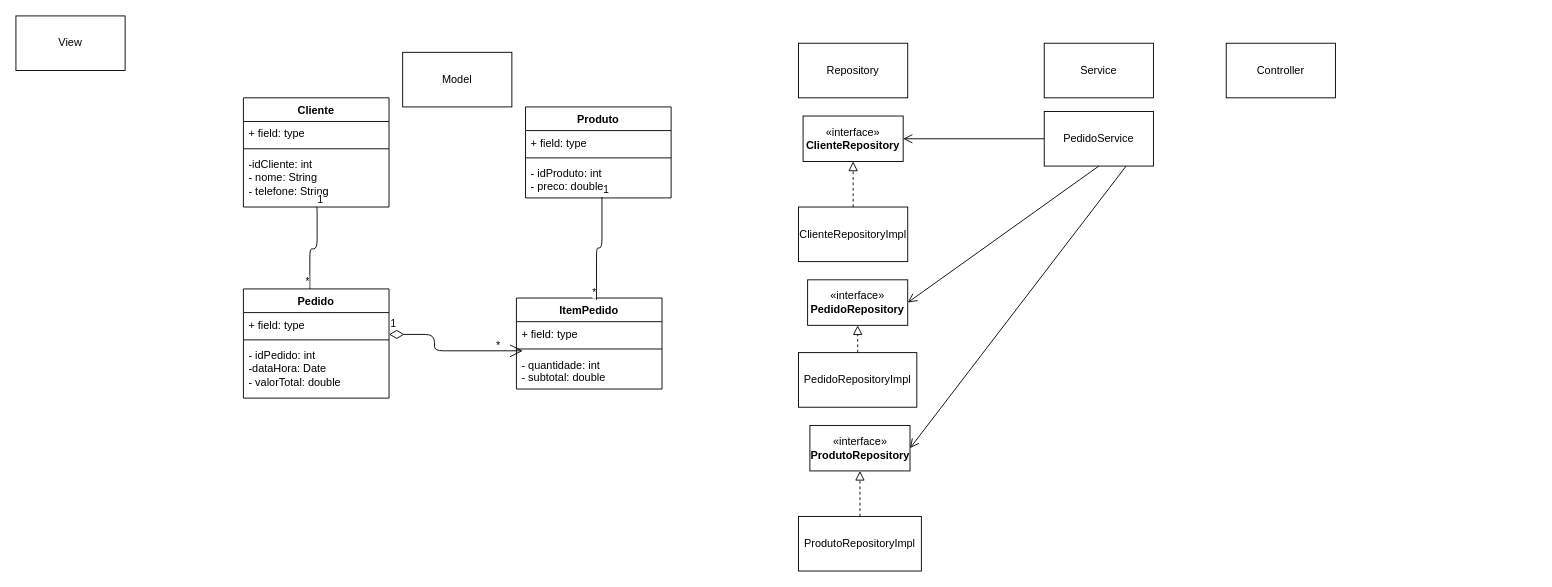
LeonardoDS23/gestor-pedidos-solid-arquivo keeps this draw.io diagram as src/main/java/com/tecdes/pedido/model/LanchoneteDiagrama.drawio. Above is the earlier version. Source tidied: cells renumbered, new cells numbered last; positions are measured from the earlier drawing's top-left corner, leaving out a move shared by most shapes. Both pictures are drawn from the tidied source at 91%, with x=0, y=0 at pixel (15, 15).
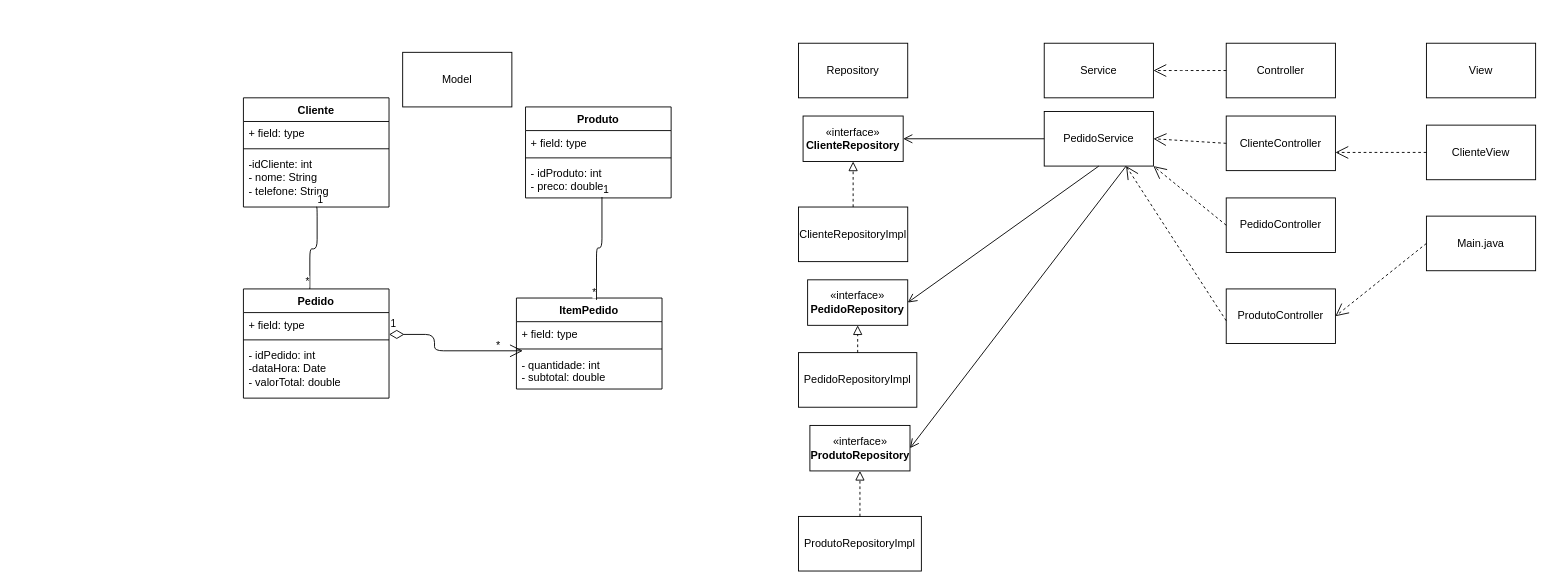
Above is the later version.

Commit message (it also covers changes not shown here):
Diagrama Lanchonete

Crie o diagrama da lanchonete

Unchanged cells that the change refers to:
```xml
<mxCell id="3" value="Controller" style="rounded=0;whiteSpace=wrap;html=1;" parent="1" vertex="1">
  <mxGeometry x="1330" y="30" width="120" height="60" as="geometry" />
</mxCell>
<mxCell id="40" value="PedidoService" style="rounded=0;whiteSpace=wrap;html=1;" parent="1" vertex="1">
  <mxGeometry x="1130" y="105" width="120" height="60" as="geometry" />
</mxCell>
```

The edit, as a diff of the source:
```diff
@@
     <mxCell id="2" value="View" style="rounded=0;whiteSpace=wrap;html=1;" parent="1" vertex="1">
-      <mxGeometry width="120" height="60" as="geometry" />
+      <mxGeometry x="1550" y="30" width="120" height="60" as="geometry" />
     </mxCell>
@@
+    <mxCell id="44" value="ClienteController" style="rounded=0;whiteSpace=wrap;html=1;" parent="1" vertex="1">
+      <mxGeometry x="1330" y="110" width="120" height="60" as="geometry" />
+    </mxCell>
+    <mxCell id="45" value="PedidoController" style="rounded=0;whiteSpace=wrap;html=1;" parent="1" vertex="1">
+      <mxGeometry x="1330" y="200" width="120" height="60" as="geometry" />
+    </mxCell>
+    <mxCell id="46" value="ProdutoController" style="rounded=0;whiteSpace=wrap;html=1;" parent="1" vertex="1">
+      <mxGeometry x="1330" y="300" width="120" height="60" as="geometry" />
+    </mxCell>
+    <mxCell id="47" style="endArrow=open;endSize=12;dashed=1;html=1;endFill=0;exitX=0;exitY=0.5;exitDx=0;exitDy=0;entryX=1;entryY=1;entryDx=0;entryDy=0;" parent="1" edge="1" source="3">
+      <mxGeometry relative="1" as="geometry">
+        <mxPoint x="1250" y="60" as="targetPoint" />
+        <Array as="points">
+          <mxPoint x="1290" y="60" />
+        </Array>
+      </mxGeometry>
+    </mxCell>
+    <mxCell id="48" style="endArrow=open;endSize=12;dashed=1;html=1;endFill=0;exitX=0;exitY=0.5;exitDx=0;exitDy=0;entryX=0.75;entryY=1;entryDx=0;entryDy=0;" parent="1" edge="1" target="40">
+      <mxGeometry relative="1" as="geometry">
+        <mxPoint x="1330" y="335" as="sourcePoint" />
+      </mxGeometry>
+    </mxCell>
+    <mxCell id="49" style="endArrow=open;endSize=12;dashed=1;html=1;entryX=1;entryY=0.5;entryDx=0;entryDy=0;exitX=0;exitY=0.5;exitDx=0;exitDy=0;" parent="1" edge="1" source="44" target="40">
+      <mxGeometry x="-0.11" y="2" relative="1" as="geometry">
+        <mxPoint y="-1" as="offset" />
+      </mxGeometry>
+    </mxCell>
+    <mxCell id="50" value="ClienteView" style="rounded=0;whiteSpace=wrap;html=1;" parent="1" vertex="1">
+      <mxGeometry x="1550" y="120" width="120" height="60" as="geometry" />
+    </mxCell>
+    <mxCell id="51" value="Main.java" style="rounded=0;whiteSpace=wrap;html=1;" parent="1" vertex="1">
+      <mxGeometry x="1550" y="220" width="120" height="60" as="geometry" />
+    </mxCell>
+    <mxCell id="52" style="endArrow=open;endSize=12;dashed=1;html=1;entryX=1;entryY=0.5;entryDx=0;entryDy=0;exitX=0;exitY=0.5;exitDx=0;exitDy=0;" parent="1" edge="1" source="51" target="46">
+      <mxGeometry relative="1" as="geometry" />
+    </mxCell>
+    <mxCell id="53" style="endArrow=open;endSize=12;dashed=1;html=1;endFill=0;exitX=0;exitY=0.5;exitDx=0;exitDy=0;entryX=1;entryY=1;entryDx=0;entryDy=0;" parent="1" edge="1" source="45" target="40">
+      <mxGeometry relative="1" as="geometry" />
+    </mxCell>
+    <mxCell id="54" style="endArrow=open;endSize=12;dashed=1;html=1;endFill=0;exitX=0;exitY=0.5;exitDx=0;exitDy=0;entryX=1;entryY=0.667;entryDx=0;entryDy=0;entryPerimeter=0;" parent="1" edge="1" source="50" target="44">
+      <mxGeometry relative="1" as="geometry" />
+    </mxCell>
```
